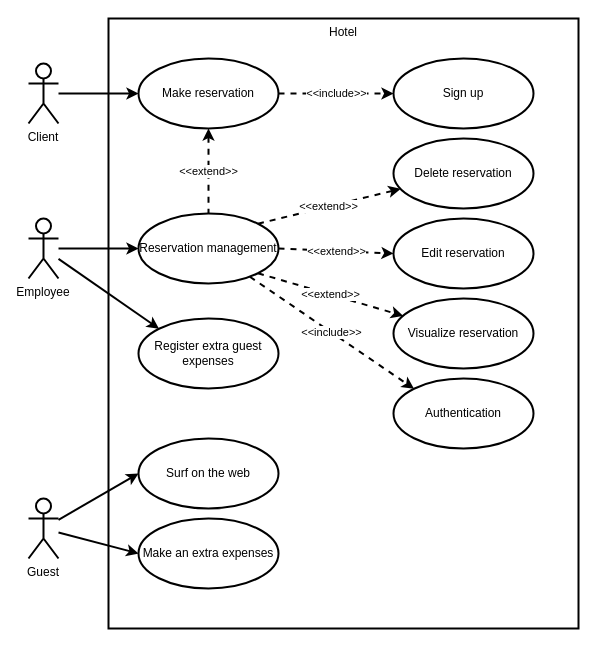
Earlier version of the draw.io diagram UML Diagram/Booking.drawio (Gr3it/School-Elaborate). Source tidied: cells renumbered, new cells numbered last; positions are measured from the earlier drawing's top-left corner, leaving out a move shared by most shapes. Both pictures are drawn from the tidied source at 100%, with x=0, y=0 at pixel (28, 18).
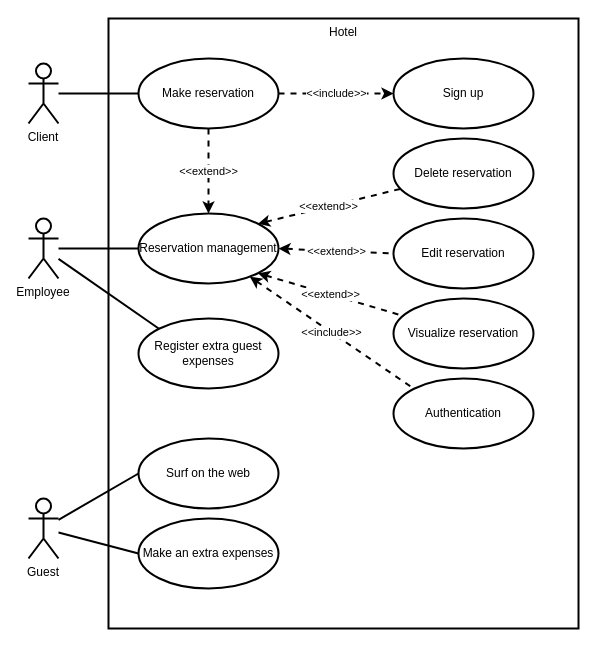
Above is the later version.

Unchanged cells that the change refers to:
```xml
<mxCell id="4" value="Client" style="shape=umlActor;verticalLabelPosition=bottom;verticalAlign=top;html=1;strokeWidth=2;fontStyle=0;whiteSpace=wrap;" parent="1" vertex="1">
  <mxGeometry y="45" width="30" height="60" as="geometry" />
</mxCell>
<mxCell id="7" value="Employee" style="shape=umlActor;verticalLabelPosition=bottom;verticalAlign=top;html=1;strokeWidth=2;fontStyle=0;whiteSpace=wrap;" parent="1" vertex="1">
  <mxGeometry y="200" width="30" height="60" as="geometry" />
</mxCell>
<mxCell id="10" value="Make reservation" style="ellipse;whiteSpace=wrap;html=1;strokeWidth=2;fontStyle=0;" parent="1" vertex="1">
  <mxGeometry x="110" y="40" width="140" height="70" as="geometry" />
</mxCell>
<mxCell id="12" value="Delete reservation" style="ellipse;whiteSpace=wrap;html=1;strokeWidth=2;fontStyle=0;" parent="1" vertex="1">
  <mxGeometry x="365" y="120" width="140" height="70" as="geometry" />
</mxCell>
<mxCell id="17" value="Reservation management" style="ellipse;whiteSpace=wrap;html=1;strokeWidth=2;fontStyle=0;" parent="1" vertex="1">
  <mxGeometry x="110" y="195" width="140" height="70" as="geometry" />
</mxCell>
<mxCell id="18" value="Edit reservation" style="ellipse;whiteSpace=wrap;html=1;strokeWidth=2;fontStyle=0;" parent="1" vertex="1">
  <mxGeometry x="365" y="200" width="140" height="70" as="geometry" />
</mxCell>
<mxCell id="19" value="Visualize reservation" style="ellipse;whiteSpace=wrap;html=1;strokeWidth=2;fontStyle=0;" parent="1" vertex="1">
  <mxGeometry x="365" y="280" width="140" height="70" as="geometry" />
</mxCell>
<mxCell id="22" value="Guest" style="shape=umlActor;verticalLabelPosition=bottom;verticalAlign=top;html=1;strokeWidth=2;fontStyle=0;whiteSpace=wrap;" parent="1" vertex="1">
  <mxGeometry y="480" width="30" height="60" as="geometry" />
</mxCell>
<mxCell id="23" value="Surf on the web" style="ellipse;whiteSpace=wrap;html=1;strokeWidth=2;fontStyle=0;" parent="1" vertex="1">
  <mxGeometry x="110" y="420" width="140" height="70" as="geometry" />
</mxCell>
<mxCell id="24" value="Authentication" style="ellipse;whiteSpace=wrap;html=1;strokeWidth=2;fontStyle=0;" parent="1" vertex="1">
  <mxGeometry x="365" y="360" width="140" height="70" as="geometry" />
</mxCell>
<mxCell id="25" value="Register extra guest expenses" style="ellipse;whiteSpace=wrap;html=1;strokeWidth=2;" parent="1" vertex="1">
  <mxGeometry x="110" y="300" width="140" height="70" as="geometry" />
</mxCell>
<mxCell id="26" value="Make an extra expenses" style="ellipse;whiteSpace=wrap;html=1;strokeWidth=2;" parent="1" vertex="1">
  <mxGeometry x="110" y="500" width="140" height="70" as="geometry" />
</mxCell>
```

What changed in the source:
```diff
@@
-    <mxCell id="3" style="edgeStyle=orthogonalEdgeStyle;rounded=0;jettySize=auto;html=1;entryX=0;entryY=0.5;entryDx=0;entryDy=0;strokeWidth=2;fontStyle=0;" parent="1" edge="1" source="4" target="10">
+    <mxCell id="3" style="edgeStyle=orthogonalEdgeStyle;rounded=0;jettySize=auto;html=1;entryX=0;entryY=0.5;entryDx=0;entryDy=0;strokeWidth=2;fontStyle=0;endArrow=none;endFill=0;" parent="1" edge="1" source="4" target="10">
       <mxGeometry relative="1" as="geometry" />
     </mxCell>
@@
-    <mxCell id="5" style="edgeStyle=orthogonalEdgeStyle;rounded=0;jettySize=auto;html=1;entryX=0;entryY=0.5;entryDx=0;entryDy=0;strokeWidth=2;fontStyle=0;" parent="1" edge="1" source="7" target="17">
+    <mxCell id="5" style="edgeStyle=orthogonalEdgeStyle;rounded=0;jettySize=auto;html=1;entryX=0;entryY=0.5;entryDx=0;entryDy=0;strokeWidth=2;fontStyle=0;endArrow=none;endFill=0;" parent="1" edge="1" source="7" target="17">
       <mxGeometry relative="1" as="geometry" />
     </mxCell>
-    <mxCell id="6" style="edgeStyle=none;rounded=0;jettySize=auto;html=1;entryX=0;entryY=0;entryDx=0;entryDy=0;strokeWidth=2;" parent="1" edge="1" source="7" target="25">
+    <mxCell id="6" style="edgeStyle=none;rounded=0;jettySize=auto;html=1;entryX=0;entryY=0;entryDx=0;entryDy=0;strokeWidth=2;endArrow=none;endFill=0;" parent="1" edge="1" source="7" target="25">
       <mxGeometry relative="1" as="geometry" />
     </mxCell>
@@
-    <mxCell id="9" value="&amp;lt;&amp;lt;extend&amp;gt;&amp;gt;" style="edgeStyle=orthogonalEdgeStyle;rounded=0;jettySize=auto;html=1;entryX=0.5;entryY=0;entryDx=0;entryDy=0;startArrow=classic;startFill=1;endArrow=none;endFill=0;dashed=1;strokeWidth=2;fontStyle=0;" parent="1" edge="1" source="10" target="17">
+    <mxCell id="9" value="&amp;lt;&amp;lt;extend&amp;gt;&amp;gt;" style="edgeStyle=orthogonalEdgeStyle;rounded=0;jettySize=auto;html=1;entryX=0.5;entryY=0;entryDx=0;entryDy=0;startArrow=none;startFill=0;endArrow=classic;endFill=1;dashed=1;strokeWidth=2;fontStyle=0;" parent="1" edge="1" source="10" target="17">
       <mxGeometry relative="1" as="geometry" />
     </mxCell>
@@
-    <mxCell id="13" value="&amp;lt;&amp;lt;extend&amp;gt;&amp;gt;" style="rounded=0;jettySize=auto;html=1;dashed=1;startArrow=none;startFill=0;endArrow=classic;endFill=1;strokeWidth=2;fontStyle=0;exitX=1;exitY=0;exitDx=0;exitDy=0;" parent="1" edge="1" source="17" target="12">
+    <mxCell id="13" value="&amp;lt;&amp;lt;extend&amp;gt;&amp;gt;" style="rounded=0;jettySize=auto;html=1;dashed=1;startArrow=classic;startFill=1;endArrow=none;endFill=0;strokeWidth=2;fontStyle=0;exitX=1;exitY=0;exitDx=0;exitDy=0;" parent="1" edge="1" source="17" target="12">
       <mxGeometry relative="1" as="geometry" />
     </mxCell>
-    <mxCell id="14" value="&amp;lt;&amp;lt;extend&amp;gt;&amp;gt;" style="rounded=0;jettySize=auto;html=1;exitX=1;exitY=0.5;exitDx=0;exitDy=0;entryX=0;entryY=0.5;entryDx=0;entryDy=0;dashed=1;startArrow=none;startFill=0;endArrow=classic;endFill=1;strokeWidth=2;fontStyle=0;" parent="1" edge="1" source="17" target="18">
+    <mxCell id="14" value="&amp;lt;&amp;lt;extend&amp;gt;&amp;gt;" style="rounded=0;jettySize=auto;html=1;exitX=1;exitY=0.5;exitDx=0;exitDy=0;entryX=0;entryY=0.5;entryDx=0;entryDy=0;dashed=1;startArrow=classic;startFill=1;endArrow=none;endFill=0;strokeWidth=2;fontStyle=0;" parent="1" edge="1" source="17" target="18">
       <mxGeometry relative="1" as="geometry" />
     </mxCell>
-    <mxCell id="15" value="&amp;lt;&amp;lt;extend&amp;gt;&amp;gt;" style="edgeStyle=none;rounded=0;jettySize=auto;html=1;exitX=1;exitY=1;exitDx=0;exitDy=0;dashed=1;startArrow=none;startFill=0;endArrow=classic;endFill=1;strokeWidth=2;fontStyle=0;" parent="1" edge="1" source="17" target="19">
+    <mxCell id="15" value="&amp;lt;&amp;lt;extend&amp;gt;&amp;gt;" style="edgeStyle=none;rounded=0;jettySize=auto;html=1;exitX=1;exitY=1;exitDx=0;exitDy=0;dashed=1;startArrow=classic;startFill=1;endArrow=none;endFill=0;strokeWidth=2;fontStyle=0;" parent="1" edge="1" source="17" target="19">
       <mxGeometry relative="1" as="geometry" />
     </mxCell>
-    <mxCell id="16" value="&amp;lt;&amp;lt;include&amp;gt;&amp;gt;" style="edgeStyle=none;rounded=0;jettySize=auto;html=1;entryX=0;entryY=0;entryDx=0;entryDy=0;startArrow=none;startFill=0;endArrow=classic;endFill=1;dashed=1;strokeWidth=2;fontStyle=0;" parent="1" edge="1" source="17" target="24">
+    <mxCell id="16" value="&amp;lt;&amp;lt;include&amp;gt;&amp;gt;" style="edgeStyle=none;rounded=0;jettySize=auto;html=1;entryX=0;entryY=0;entryDx=0;entryDy=0;startArrow=classic;startFill=1;endArrow=none;endFill=0;dashed=1;strokeWidth=2;fontStyle=0;" parent="1" edge="1" source="17" target="24">
       <mxGeometry relative="1" as="geometry" />
     </mxCell>
@@
-    <mxCell id="20" style="edgeStyle=none;rounded=0;jettySize=auto;html=1;entryX=0;entryY=0.5;entryDx=0;entryDy=0;startArrow=none;startFill=0;endArrow=classic;endFill=1;strokeWidth=2;fontStyle=0;" parent="1" edge="1" source="22" target="23">
+    <mxCell id="20" style="edgeStyle=none;rounded=0;jettySize=auto;html=1;entryX=0;entryY=0.5;entryDx=0;entryDy=0;startArrow=none;startFill=0;endArrow=none;endFill=0;strokeWidth=2;fontStyle=0;" parent="1" edge="1" source="22" target="23">
       <mxGeometry relative="1" as="geometry" />
     </mxCell>
-    <mxCell id="21" style="edgeStyle=none;rounded=0;jettySize=auto;html=1;entryX=0;entryY=0.5;entryDx=0;entryDy=0;strokeWidth=2;" parent="1" edge="1" source="22" target="26">
+    <mxCell id="21" style="edgeStyle=none;rounded=0;jettySize=auto;html=1;entryX=0;entryY=0.5;entryDx=0;entryDy=0;strokeWidth=2;endArrow=none;endFill=0;" parent="1" edge="1" source="22" target="26">
       <mxGeometry relative="1" as="geometry" />
     </mxCell>
```
